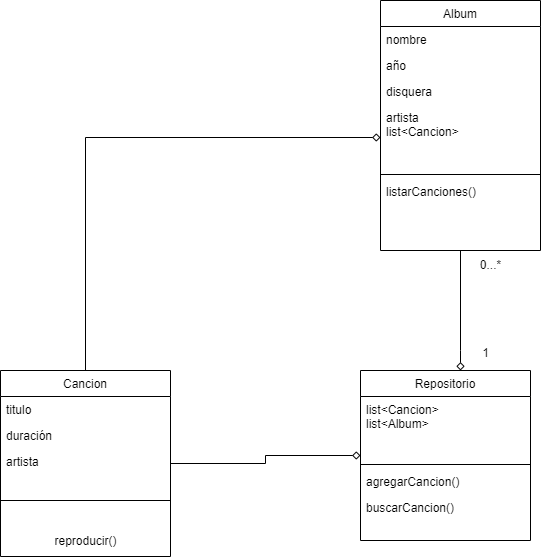
Earlier version of the draw.io export Diagrama de clases.png (EriikJG/tarea5_GestionDeAlbumes). Source tidied: cells renumbered, new cells last; positions are measured from the earlier drawing's top-left corner, leaving out a move shared by most shapes.
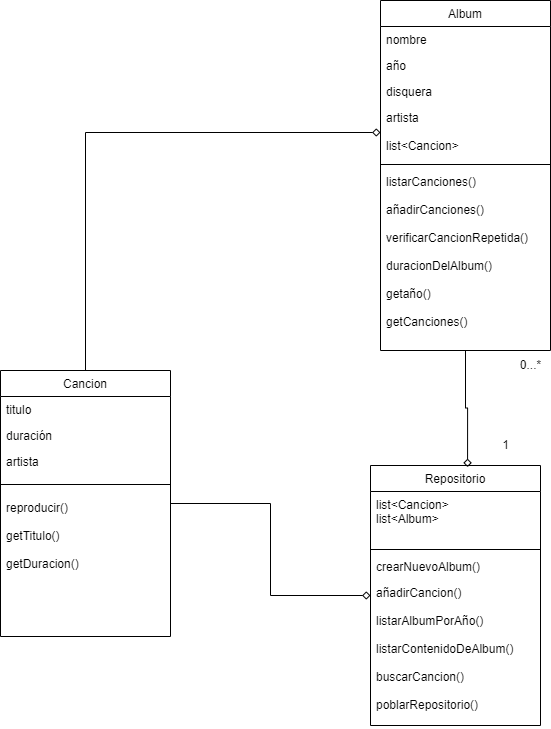
Later version of the same file.

Commit message:
Diagrama de clases

Change to the diagram source:
```diff
@@ -1,41 +1,33 @@
-<mxGraphModel background="#FFFFFF">
+<mxGraphModel>
   <root>
     <mxCell id="0" />
     <mxCell id="1" parent="0" />
-    <mxCell id="2" style="edgeStyle=orthogonalEdgeStyle;rounded=0;jettySize=auto;html=1;endArrow=diamond;endFill=0;" parent="1" edge="1" source="3" target="17">
-      <mxGeometry relative="1" as="geometry">
-        <Array as="points">
-          <mxPoint x="460" y="350" />
-          <mxPoint x="460" y="350" />
-        </Array>
-      </mxGeometry>
-    </mxCell>
     <mxCell id="3" value="Album" style="swimlane;fontStyle=0;align=center;verticalAlign=top;horizontal=1;startSize=26;rounded=0;shadow=0;strokeWidth=1;" parent="1" vertex="1">
-      <mxGeometry x="380" width="160" height="250" as="geometry" />
+      <mxGeometry x="380" width="170" height="350" as="geometry" />
     </mxCell>
     <mxCell id="4" value="nombre" style="text;align=left;verticalAlign=top;spacingLeft=4;spacingRight=4;overflow=hidden;" parent="3" vertex="1">
-      <mxGeometry y="26" width="160" height="26" as="geometry" />
+      <mxGeometry y="26" width="170" height="26" as="geometry" />
     </mxCell>
     <mxCell id="5" value="año" style="text;align=left;verticalAlign=top;spacingLeft=4;spacingRight=4;overflow=hidden;rounded=0;shadow=0;html=0;" parent="3" vertex="1">
-      <mxGeometry y="52" width="160" height="26" as="geometry" />
+      <mxGeometry y="52" width="170" height="26" as="geometry" />
     </mxCell>
     <mxCell id="6" value="disquera" style="text;align=left;verticalAlign=top;spacingLeft=4;spacingRight=4;overflow=hidden;rounded=0;shadow=0;html=0;" parent="3" vertex="1">
-      <mxGeometry y="78" width="160" height="26" as="geometry" />
+      <mxGeometry y="78" width="170" height="26" as="geometry" />
     </mxCell>
-    <mxCell id="7" value="artista&#10;list&lt;Cancion&gt;" style="text;align=left;verticalAlign=top;spacingLeft=4;spacingRight=4;overflow=hidden;points=[[0,0.5],[1,0.5]];portConstraint=eastwest;rounded=0;shadow=0;html=0;" parent="3" vertex="1">
-      <mxGeometry y="104" width="160" height="66" as="geometry" />
+    <mxCell id="7" value="artista&#10;&#10;list&lt;Cancion&gt;" style="text;align=left;verticalAlign=top;spacingLeft=4;spacingRight=4;overflow=hidden;points=[[0,0.5],[1,0.5]];portConstraint=eastwest;rounded=0;shadow=0;html=0;" parent="3" vertex="1">
+      <mxGeometry y="104" width="170" height="56" as="geometry" />
     </mxCell>
     <mxCell id="8" style="line;html=1;strokeWidth=1;align=left;verticalAlign=middle;spacingTop=-1;spacingLeft=3;spacingRight=3;labelPosition=right;" parent="3" vertex="1">
-      <mxGeometry y="170" width="160" height="8" as="geometry" />
+      <mxGeometry y="160" width="170" height="8" as="geometry" />
     </mxCell>
-    <mxCell id="9" value="listarCanciones()" style="text;align=left;verticalAlign=top;spacingLeft=4;spacingRight=4;overflow=hidden;" parent="3" vertex="1">
-      <mxGeometry y="178" width="160" height="30" as="geometry" />
+    <mxCell id="9" value="listarCanciones()&#10;&#10;añadirCanciones()&#10;&#10;verificarCancionRepetida()&#10;&#10;duracionDelAlbum()&#10;&#10;getaño()&#10;&#10;getCanciones()" style="text;align=left;verticalAlign=top;spacingLeft=4;spacingRight=4;overflow=hidden;" parent="3" vertex="1">
+      <mxGeometry y="168" width="170" height="182" as="geometry" />
     </mxCell>
     <mxCell id="10" style="edgeStyle=orthogonalEdgeStyle;rounded=0;jettySize=auto;html=1;entryX=0;entryY=0.5;entryDx=0;entryDy=0;endArrow=diamond;endFill=0;" parent="1" edge="1" source="11" target="7">
       <mxGeometry relative="1" as="geometry" />
     </mxCell>
     <mxCell id="11" value="Cancion" style="swimlane;fontStyle=0;align=center;verticalAlign=top;horizontal=1;startSize=26;rounded=0;shadow=0;strokeWidth=1;" parent="1" vertex="1">
-      <mxGeometry y="370" width="170" height="186" as="geometry" />
+      <mxGeometry y="370" width="170" height="266" as="geometry" />
     </mxCell>
     <mxCell id="12" value="titulo" style="text;align=left;verticalAlign=top;spacingLeft=4;spacingRight=4;overflow=hidden;" parent="11" vertex="1">
       <mxGeometry y="26" width="170" height="26" as="geometry" />
@@ -47,37 +39,40 @@
       <mxGeometry y="78" width="170" height="26" as="geometry" />
     </mxCell>
     <mxCell id="15" style="line;html=1;strokeWidth=1;align=left;verticalAlign=middle;spacingTop=-1;spacingLeft=3;spacingRight=3;labelPosition=right;" parent="11" vertex="1">
-      <mxGeometry y="104" width="170" height="52" as="geometry" />
+      <mxGeometry y="104" width="170" height="20" as="geometry" />
     </mxCell>
-    <mxCell id="16" value="reproducir()" style="text;html=1;align=center;verticalAlign=middle;strokeColor=none;fillColor=none;" parent="11" vertex="1">
-      <mxGeometry y="156" width="170" height="30" as="geometry" />
-    </mxCell>
+    <mxCell id="26" value="reproducir()&#10;&#10;getTitulo()&#10;&#10;getDuracion()" style="text;align=left;verticalAlign=top;spacingLeft=4;spacingRight=4;overflow=hidden;" parent="11" vertex="1">
+      <mxGeometry y="124" width="170" height="110" as="geometry" />
+    </mxCell>
     <mxCell id="17" value="Repositorio" style="swimlane;fontStyle=0;align=center;verticalAlign=top;horizontal=1;startSize=26;rounded=0;shadow=0;strokeWidth=1;" parent="1" vertex="1">
-      <mxGeometry x="360" y="370" width="170" height="170" as="geometry" />
+      <mxGeometry x="370" y="465" width="170" height="260" as="geometry" />
     </mxCell>
     <mxCell id="18" value="list&lt;Cancion&gt;&#10;list&lt;Album&gt;" style="text;align=left;verticalAlign=top;spacingLeft=4;spacingRight=4;overflow=hidden;" parent="17" vertex="1">
-      <mxGeometry y="26" width="170" height="64" as="geometry" />
+      <mxGeometry y="26" width="170" height="54" as="geometry" />
     </mxCell>
     <mxCell id="19" style="line;html=1;strokeWidth=1;align=left;verticalAlign=middle;spacingTop=-1;spacingLeft=3;spacingRight=3;labelPosition=right;" parent="17" vertex="1">
-      <mxGeometry y="90" width="170" height="8" as="geometry" />
+      <mxGeometry y="80" width="170" height="8" as="geometry" />
     </mxCell>
-    <mxCell id="20" value="agregarCancion()" style="text;align=left;verticalAlign=top;spacingLeft=4;spacingRight=4;overflow=hidden;" parent="17" vertex="1">
-      <mxGeometry y="98" width="170" height="26" as="geometry" />
+    <mxCell id="20" value="crearNuevoAlbum()" style="text;align=left;verticalAlign=top;spacingLeft=4;spacingRight=4;overflow=hidden;" parent="17" vertex="1">
+      <mxGeometry y="88" width="170" height="26" as="geometry" />
     </mxCell>
-    <mxCell id="21" value="buscarCancion()" style="text;align=left;verticalAlign=top;spacingLeft=4;spacingRight=4;overflow=hidden;" parent="17" vertex="1">
-      <mxGeometry y="124" width="170" height="26" as="geometry" />
+    <mxCell id="21" value="añadirCancion()&#10;&#10;listarAlbumPorAño()&#10;&#10;listarContenidoDeAlbum()&#10;&#10;buscarCancion()&#10;&#10;poblarRepositorio()" style="text;align=left;verticalAlign=top;spacingLeft=4;spacingRight=4;overflow=hidden;" parent="17" vertex="1">
+      <mxGeometry y="114" width="170" height="146" as="geometry" />
     </mxCell>
     <mxCell id="22" style="edgeStyle=orthogonalEdgeStyle;rounded=0;jettySize=auto;html=1;entryX=0;entryY=0.5;entryDx=0;entryDy=0;endArrow=diamond;endFill=0;" parent="1" edge="1" source="11" target="17">
       <mxGeometry relative="1" as="geometry" />
     </mxCell>
     <mxCell id="23" value="0...*" style="text;html=1;align=center;verticalAlign=middle;strokeColor=none;fillColor=none;" parent="1" vertex="1">
-      <mxGeometry x="470" y="250" width="40" height="30" as="geometry" />
+      <mxGeometry x="510" y="350" width="40" height="30" as="geometry" />
     </mxCell>
     <mxCell id="24" value="1" style="text;html=1;align=center;verticalAlign=middle;strokeColor=none;fillColor=none;" parent="1" vertex="1">
-      <mxGeometry x="470" y="338" width="30" height="30" as="geometry" />
+      <mxGeometry x="490" y="430" width="30" height="30" as="geometry" />
     </mxCell>
     <mxCell id="25" value="&lt;span style=&quot;color: rgba(0, 0, 0, 0); font-family: monospace; font-size: 0px; text-align: start;&quot;&gt;%3CmxGraphModel%3E%3Croot%3E%3CmxCell%20id%3D%220%22%2F%3E%3CmxCell%20id%3D%221%22%20parent%3D%220%22%2F%3E%3CmxCell%20id%3D%222%22%20value%3D%22artista%22%20style%3D%22text%3Balign%3Dleft%3BverticalAlign%3Dtop%3BspacingLeft%3D4%3BspacingRight%3D4%3Boverflow%3Dhidden%3Brotatable%3D0%3Bpoints%3D%5B%5B0%2C0.5%5D%2C%5B1%2C0.5%5D%5D%3BportConstraint%3Deastwest%3Brounded%3D0%3Bshadow%3D0%3Bhtml%3D0%3B%22%20vertex%3D%221%22%20parent%3D%221%22%3E%3CmxGeometry%20x%3D%22520%22%20y%3D%22224%22%20width%3D%22160%22%20height%3D%2226%22%20as%3D%22geometry%22%2F%3E%3C%2FmxCell%3E%3C%2Froot%3E%3C%2FmxGraphModel%3E&lt;/span&gt;" style="text;html=1;align=center;verticalAlign=middle;strokeColor=none;fillColor=none;" parent="1" vertex="1">
       <mxGeometry x="30" y="448" width="20" height="30" as="geometry" />
     </mxCell>
+    <mxCell id="2" style="edgeStyle=orthogonalEdgeStyle;rounded=0;jettySize=auto;html=1;entryX=0.571;entryY=0.006;entryDx=0;entryDy=0;entryPerimeter=0;endArrow=diamond;endFill=0;" parent="1" edge="1" source="3" target="17">
+      <mxGeometry relative="1" as="geometry" />
+    </mxCell>
   </root>
 </mxGraphModel>
```
